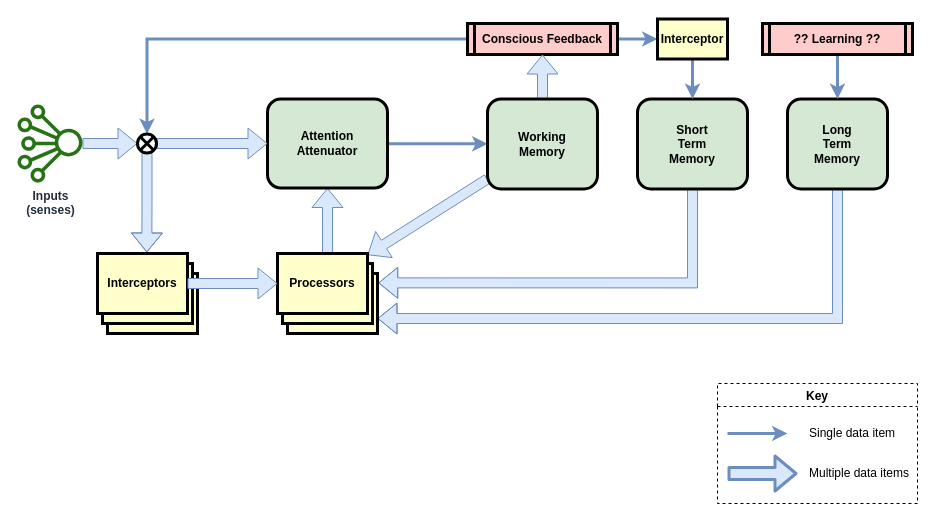
The draw.io diagram page "Architecture" (1 of 2) of files/Component-and-data-flow-diagram-of-conscious-calculator-v1.drawio in malcolmlett/malcolmlett.github.io, before the edit. Source tidied: cells renumbered, new cells numbered last; positions are measured from the earlier drawing's top-left corner, leaving out a move shared by most shapes. Both pictures are drawn from the tidied source at 100%, with x=0, y=0 at pixel (17, 19).
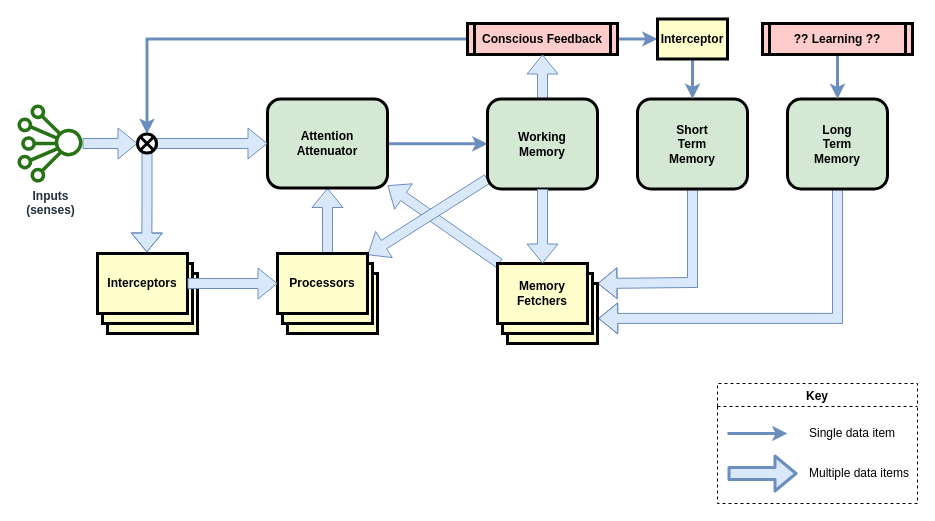
The same diagram, later.

The change refers to these unchanged cells:
```xml
<mxCell id="7" value="Attention&lt;br&gt;Attenuator" style="rounded=1;whiteSpace=wrap;html=1;strokeWidth=3;fillColor=#d5e8d4;strokeColor=#000000;fontStyle=1;" parent="1" vertex="1">
  <mxGeometry x="250" y="79.5" width="120" height="89" as="geometry" />
</mxCell>
<mxCell id="10" value="Working&lt;br&gt;Memory" style="rounded=1;whiteSpace=wrap;html=1;strokeWidth=3;fillColor=#d5e8d4;strokeColor=#000000;fontStyle=1;" parent="1" vertex="1">
  <mxGeometry x="470" y="79.5" width="110" height="90" as="geometry" />
</mxCell>
<mxCell id="12" value="Short&lt;br&gt;Term&lt;br&gt;Memory" style="rounded=1;whiteSpace=wrap;html=1;strokeWidth=3;fillColor=#d5e8d4;strokeColor=#000000;fontStyle=1;" parent="1" vertex="1">
  <mxGeometry x="620" y="79.5" width="110" height="90" as="geometry" />
</mxCell>
<mxCell id="14" value="Long&lt;br&gt;Term&lt;br&gt;Memory" style="rounded=1;whiteSpace=wrap;html=1;strokeWidth=3;fillColor=#d5e8d4;strokeColor=#000000;fontStyle=1;" parent="1" vertex="1">
  <mxGeometry x="770" y="79.5" width="100" height="90" as="geometry" />
</mxCell>
<mxCell id="16" style="whiteSpace=wrap;align=center;verticalAlign=middle;fontStyle=1;strokeWidth=3;fillColor=#FFFFCC;" parent="15" vertex="1">
  <mxGeometry x="10" y="20" width="90" height="60" as="geometry" />
</mxCell>
```

Change to the diagram source:
```diff
@@
+    <mxCell id="38" style="rounded=0;jettySize=auto;html=1;shape=flexArrow;fillColor=#dae8fc;strokeColor=#6c8ebf;" parent="1" edge="1" source="42" target="7">
+      <mxGeometry relative="1" as="geometry" />
+    </mxCell>
@@
-    <mxCell id="11" style="edgeStyle=orthogonalEdgeStyle;shape=flexArrow;rounded=0;jettySize=auto;html=1;fillColor=#dae8fc;strokeColor=#6c8ebf;exitX=0.5;exitY=1;exitDx=0;exitDy=0;entryX=1.008;entryY=0.156;entryDx=0;entryDy=0;entryPerimeter=0;" parent="1" edge="1" source="12" target="16">
+    <mxCell id="11" style="edgeStyle=orthogonalEdgeStyle;shape=flexArrow;rounded=0;jettySize=auto;html=1;fillColor=#dae8fc;strokeColor=#6c8ebf;exitX=0.5;exitY=1;exitDx=0;exitDy=0;" parent="1" edge="1" source="12">
       <mxGeometry relative="1" as="geometry">
+        <mxPoint x="580" y="264" as="targetPoint" />
         <Array as="points">
           <mxPoint x="675" y="263" />
         </Array>
       </mxGeometry>
     </mxCell>
@@
-    <mxCell id="13" style="edgeStyle=orthogonalEdgeStyle;shape=flexArrow;rounded=0;jettySize=auto;html=1;entryX=1;entryY=0.75;entryDx=0;entryDy=0;fillColor=#dae8fc;strokeColor=#6c8ebf;" parent="1" edge="1" source="14" target="16">
+    <mxCell id="13" style="edgeStyle=orthogonalEdgeStyle;shape=flexArrow;rounded=0;jettySize=auto;html=1;fillColor=#dae8fc;strokeColor=#6c8ebf;entryX=1.008;entryY=0.582;entryDx=0;entryDy=0;entryPerimeter=0;" parent="1" edge="1" source="14" target="40">
       <mxGeometry relative="1" as="geometry">
         <Array as="points">
           <mxPoint x="820" y="299" />
         </Array>
       </mxGeometry>
     </mxCell>
@@
+    <mxCell id="39" style="group;" parent="1" vertex="1">
+      <mxGeometry x="480" y="244" width="100" height="80" as="geometry" />
+    </mxCell>
+    <mxCell id="40" style="whiteSpace=wrap;align=center;verticalAlign=middle;fontStyle=1;strokeWidth=3;fillColor=#FFFFCC;" parent="39" vertex="1">
+      <mxGeometry x="10" y="20" width="90" height="60" as="geometry" />
+    </mxCell>
+    <mxCell id="41" style="whiteSpace=wrap;align=center;verticalAlign=middle;fontStyle=1;strokeWidth=3;fillColor=#FFFFCC;" parent="39" vertex="1">
+      <mxGeometry x="5" y="10" width="90" height="60" as="geometry" />
+    </mxCell>
+    <mxCell id="42" value="Memory&#10;Fetchers" style="whiteSpace=wrap;align=center;verticalAlign=middle;fontStyle=1;strokeWidth=3;fillColor=#FFFFCC;" parent="39" vertex="1">
+      <mxGeometry width="90" height="60" as="geometry" />
+    </mxCell>
+    <mxCell id="43" style="rounded=0;jettySize=auto;html=1;shape=flexArrow;fillColor=#dae8fc;strokeColor=#6c8ebf;" parent="1" edge="1" source="10" target="42">
+      <mxGeometry relative="1" as="geometry" />
+    </mxCell>
```
